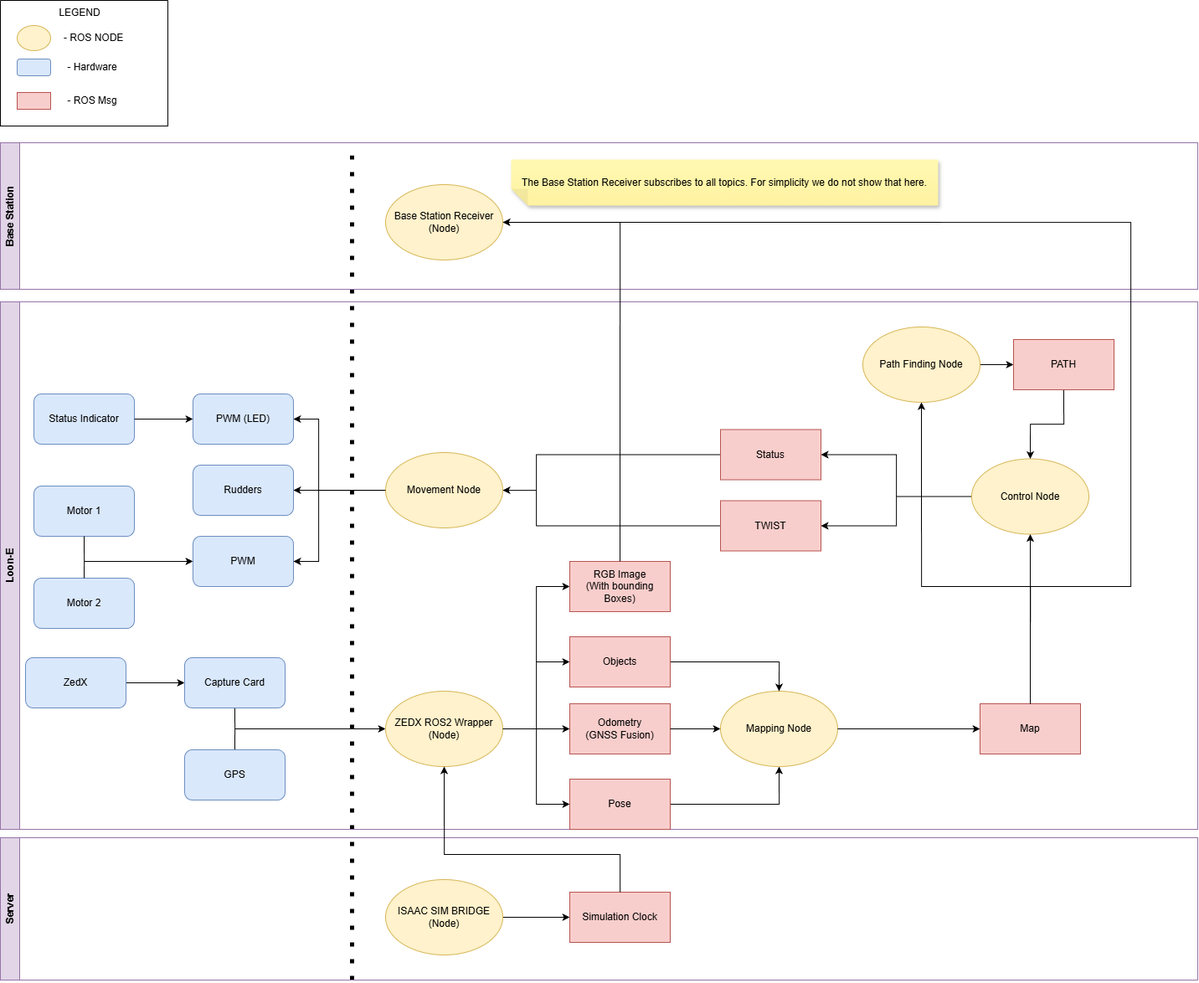
Above: images/software-architecture.png in TheFujirose/Loon-E-Guidebook (draw.io), before the change. Source tidied: cells renumbered, new cells last; positions are measured from the earlier drawing's top-left corner, leaving out a move shared by most shapes.
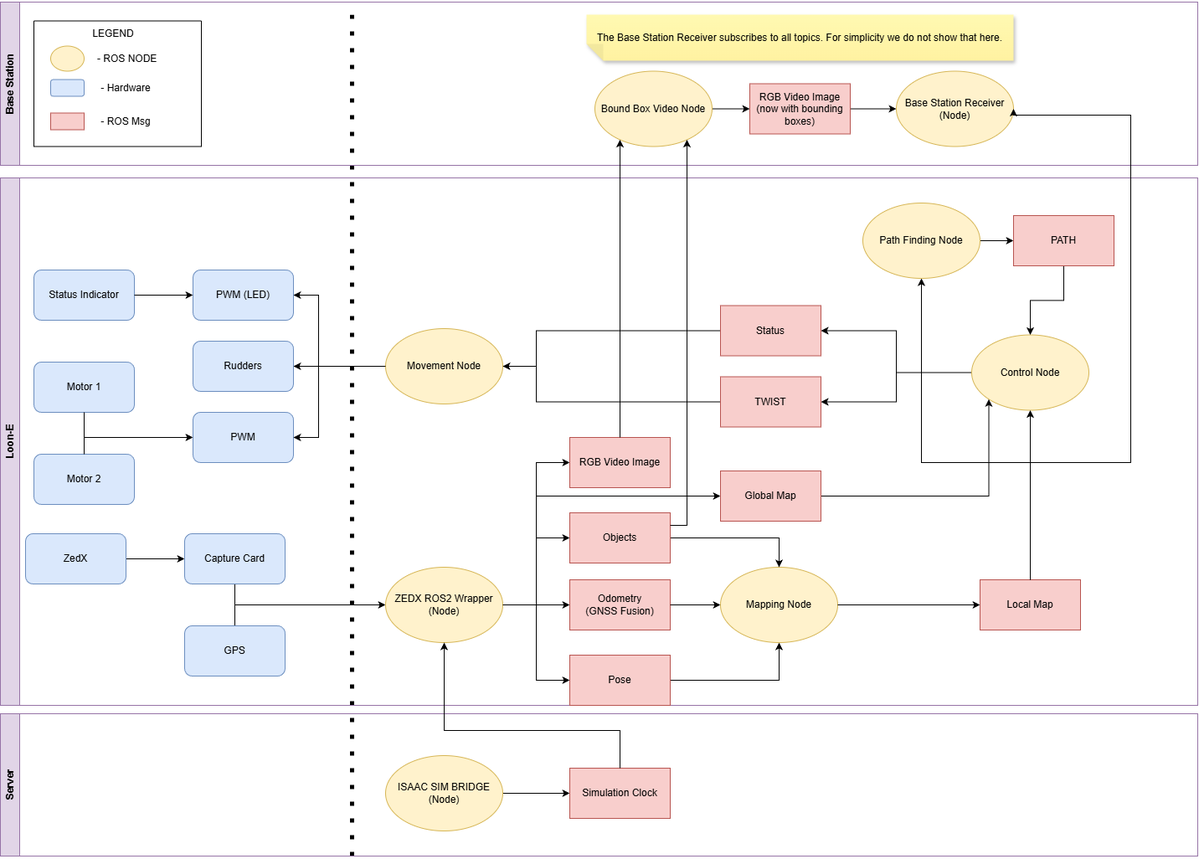
The same diagram one commit later.

What changed in the source:
```diff
@@ -5,7 +5,7 @@
     <mxCell id="2" style="endArrow=none;dashed=1;html=1;dashPattern=1 3;strokeWidth=5;rounded=0;" parent="1" edge="1">
       <mxGeometry relative="1" as="geometry">
         <mxPoint x="420" y="1170" as="sourcePoint" />
-        <mxPoint x="420" y="170" as="targetPoint" />
+        <mxPoint x="420" y="150" as="targetPoint" />
       </mxGeometry>
     </mxCell>
     <mxCell id="3" value="Loon-E" style="swimlane;horizontal=0;whiteSpace=wrap;html=1;fillColor=#e1d5e7;strokeColor=#9673a6;" parent="1" vertex="1">
@@ -106,6 +106,14 @@
     <mxCell id="28" style="edgeStyle=orthogonalEdgeStyle;rounded=0;jettySize=auto;html=1;exitX=1;exitY=0.5;exitDx=0;exitDy=0;entryX=0;entryY=0.5;entryDx=0;entryDy=0;" parent="3" edge="1" source="29" target="50">
       <mxGeometry relative="1" as="geometry" />
     </mxCell>
+    <mxCell id="69" style="edgeStyle=orthogonalEdgeStyle;rounded=0;jettySize=auto;html=1;" parent="3" edge="1" source="29" target="71">
+      <mxGeometry relative="1" as="geometry">
+        <Array as="points">
+          <mxPoint x="640" y="510" />
+          <mxPoint x="640" y="380" />
+        </Array>
+      </mxGeometry>
+    </mxCell>
     <mxCell id="29" value="ZEDX ROS2 Wrapper&lt;div&gt;(Node)&lt;/div&gt;" style="ellipse;whiteSpace=wrap;html=1;fillColor=#fff2cc;strokeColor=#d6b656;" parent="3" vertex="1">
       <mxGeometry x="460" y="465" width="140" height="90" as="geometry" />
     </mxCell>
@@ -117,7 +125,7 @@
         </Array>
       </mxGeometry>
     </mxCell>
-    <mxCell id="31" value="RGB Image&lt;br&gt;(With bounding Boxes)" style="rounded=0;whiteSpace=wrap;html=1;fillColor=#f8cecc;strokeColor=#b85450;" parent="3" vertex="1">
+    <mxCell id="31" value="RGB Video Image" style="rounded=0;whiteSpace=wrap;html=1;fillColor=#f8cecc;strokeColor=#b85450;" parent="3" vertex="1">
       <mxGeometry x="680" y="310" width="120" height="60" as="geometry" />
     </mxCell>
     <mxCell id="32" value="Odometry&lt;br&gt;(GNSS Fusion)" style="rounded=0;whiteSpace=wrap;html=1;fillColor=#f8cecc;strokeColor=#b85450;" parent="3" vertex="1">
@@ -140,7 +148,7 @@
         </Array>
       </mxGeometry>
     </mxCell>
-    <mxCell id="37" value="Map" style="rounded=0;whiteSpace=wrap;html=1;fillColor=#f8cecc;strokeColor=#b85450;" parent="3" vertex="1">
+    <mxCell id="37" value="Local Map" style="rounded=0;whiteSpace=wrap;html=1;fillColor=#f8cecc;strokeColor=#b85450;" parent="3" vertex="1">
       <mxGeometry x="1170" y="480" width="120" height="60" as="geometry" />
     </mxCell>
     <mxCell id="38" style="edgeStyle=orthogonalEdgeStyle;rounded=0;jettySize=auto;html=1;exitX=1;exitY=0.5;exitDx=0;exitDy=0;entryX=0;entryY=0.5;entryDx=0;entryDy=0;" parent="3" edge="1" source="29" target="32">
@@ -191,44 +199,29 @@
     <mxCell id="50" value="Objects" style="rounded=0;whiteSpace=wrap;html=1;fillColor=#f8cecc;strokeColor=#b85450;" parent="3" vertex="1">
       <mxGeometry x="680" y="400" width="120" height="60" as="geometry" />
     </mxCell>
+    <mxCell id="70" style="edgeStyle=orthogonalEdgeStyle;rounded=0;jettySize=auto;html=1;exitX=1;exitY=0.5;exitDx=0;exitDy=0;entryX=0;entryY=1;entryDx=0;entryDy=0;" parent="3" edge="1" source="71" target="12">
+      <mxGeometry relative="1" as="geometry" />
+    </mxCell>
+    <mxCell id="71" value="Global Map" style="rounded=0;whiteSpace=wrap;html=1;fillColor=#f8cecc;strokeColor=#b85450;" parent="3" vertex="1">
+      <mxGeometry x="860" y="350" width="120" height="60" as="geometry" />
+    </mxCell>
     <mxCell id="51" value="Base Station" style="swimlane;horizontal=0;whiteSpace=wrap;html=1;fillColor=#e1d5e7;strokeColor=#9673a6;" parent="1" vertex="1">
-      <mxGeometry y="170" width="1430" height="175" as="geometry" />
+      <mxGeometry y="150" width="1430" height="195" as="geometry" />
     </mxCell>
     <mxCell id="52" value="Base Station Receiver&lt;div&gt;(Node)&lt;/div&gt;" style="ellipse;whiteSpace=wrap;html=1;fillColor=#fff2cc;strokeColor=#d6b656;" parent="51" vertex="1">
-      <mxGeometry x="460" y="50" width="140" height="90" as="geometry" />
+      <mxGeometry x="1070" y="82.5" width="140" height="90" as="geometry" />
     </mxCell>
     <mxCell id="53" value="The Base Station Receiver subscribes to all topics. For simplicity we do not show that here." style="shape=note;whiteSpace=wrap;html=1;backgroundOutline=1;fontColor=#000000;darkOpacity=0.05;fillColor=#FFF9B2;strokeColor=none;fillStyle=solid;direction=west;gradientDirection=north;gradientColor=#FFF2A1;shadow=1;size=20;" parent="51" vertex="1">
-      <mxGeometry x="610" y="20" width="510" height="55" as="geometry" />
+      <mxGeometry x="700" y="15" width="510" height="55" as="geometry" />
     </mxCell>
-    <mxCell id="54" value="Server" style="swimlane;horizontal=0;whiteSpace=wrap;html=1;fillColor=#e1d5e7;strokeColor=#9673a6;" parent="1" vertex="1">
-      <mxGeometry y="1000" width="1430" height="170" as="geometry" />
-    </mxCell>
-    <mxCell id="55" style="edgeStyle=orthogonalEdgeStyle;rounded=0;jettySize=auto;html=1;exitX=1;exitY=0.5;exitDx=0;exitDy=0;" parent="54" edge="1" source="56" target="57">
-      <mxGeometry relative="1" as="geometry" />
-    </mxCell>
-    <mxCell id="56" value="ISAAC SIM BRIDGE&lt;br&gt;(Node)" style="ellipse;whiteSpace=wrap;html=1;fillColor=#fff2cc;strokeColor=#d6b656;" parent="54" vertex="1">
-      <mxGeometry x="460" y="50" width="140" height="90" as="geometry" />
-    </mxCell>
-    <mxCell id="57" value="Simulation Clock" style="rounded=0;whiteSpace=wrap;html=1;fillColor=#f8cecc;strokeColor=#b85450;" parent="54" vertex="1">
-      <mxGeometry x="680" y="65" width="120" height="60" as="geometry" />
-    </mxCell>
-    <mxCell id="58" style="edgeStyle=orthogonalEdgeStyle;rounded=0;jettySize=auto;html=1;exitX=0.5;exitY=0;exitDx=0;exitDy=0;" parent="1" edge="1" source="31" target="52">
-      <mxGeometry relative="1" as="geometry">
-        <Array as="points">
-          <mxPoint x="740" y="265" />
-        </Array>
-      </mxGeometry>
-    </mxCell>
-    <mxCell id="59" style="edgeStyle=orthogonalEdgeStyle;rounded=0;jettySize=auto;html=1;" parent="1" edge="1" source="57" target="29">
-      <mxGeometry relative="1" as="geometry">
-        <Array as="points">
-          <mxPoint x="740" y="1020" />
-          <mxPoint x="530" y="1020" />
-        </Array>
-      </mxGeometry>
-    </mxCell>
+    <mxCell id="72" style="edgeStyle=orthogonalEdgeStyle;rounded=0;jettySize=auto;html=1;exitX=1;exitY=0.5;exitDx=0;exitDy=0;" parent="51" edge="1" source="73" target="75">
+      <mxGeometry relative="1" as="geometry" />
+    </mxCell>
+    <mxCell id="73" value="Bound Box Video Node" style="ellipse;whiteSpace=wrap;html=1;fillColor=#fff2cc;strokeColor=#d6b656;" parent="51" vertex="1">
+      <mxGeometry x="710" y="82.5" width="140" height="90" as="geometry" />
+    </mxCell>
-    <mxCell id="60" style="swimlane;startSize=0;" parent="1" vertex="1">
-      <mxGeometry width="200" height="150" as="geometry" />
+    <mxCell id="60" style="swimlane;startSize=0;" parent="51" vertex="1">
+      <mxGeometry x="40" y="22.5" width="200" height="150" as="geometry" />
     </mxCell>
     <mxCell id="61" style="ellipse;whiteSpace=wrap;html=1;fillColor=#fff2cc;strokeColor=#d6b656;" parent="60" vertex="1">
       <mxGeometry x="20" y="30" width="40" height="30" as="geometry" />
@@ -251,14 +244,55 @@
     <mxCell id="67" value="LEGEND" style="text;html=1;whiteSpace=wrap;strokeColor=none;fillColor=none;align=center;verticalAlign=middle;rounded=0;" parent="60" vertex="1">
       <mxGeometry x="60" width="70" height="30" as="geometry" />
     </mxCell>
+    <mxCell id="74" style="edgeStyle=orthogonalEdgeStyle;rounded=0;jettySize=auto;html=1;exitX=1;exitY=0.5;exitDx=0;exitDy=0;" parent="51" edge="1" source="75" target="52">
+      <mxGeometry relative="1" as="geometry" />
+    </mxCell>
+    <mxCell id="75" value="RGB Video Image&lt;br&gt;(now with bounding boxes)" style="rounded=0;whiteSpace=wrap;html=1;fillColor=#f8cecc;strokeColor=#b85450;" parent="51" vertex="1">
+      <mxGeometry x="895" y="97.5" width="120" height="60" as="geometry" />
+    </mxCell>
+    <mxCell id="54" value="Server" style="swimlane;horizontal=0;whiteSpace=wrap;html=1;fillColor=#e1d5e7;strokeColor=#9673a6;" parent="1" vertex="1">
+      <mxGeometry y="1000" width="1430" height="170" as="geometry" />
+    </mxCell>
+    <mxCell id="55" style="edgeStyle=orthogonalEdgeStyle;rounded=0;jettySize=auto;html=1;exitX=1;exitY=0.5;exitDx=0;exitDy=0;" parent="54" edge="1" source="56" target="57">
+      <mxGeometry relative="1" as="geometry" />
+    </mxCell>
+    <mxCell id="56" value="ISAAC SIM BRIDGE&lt;br&gt;(Node)" style="ellipse;whiteSpace=wrap;html=1;fillColor=#fff2cc;strokeColor=#d6b656;" parent="54" vertex="1">
+      <mxGeometry x="460" y="50" width="140" height="90" as="geometry" />
+    </mxCell>
+    <mxCell id="57" value="Simulation Clock" style="rounded=0;whiteSpace=wrap;html=1;fillColor=#f8cecc;strokeColor=#b85450;" parent="54" vertex="1">
+      <mxGeometry x="680" y="65" width="120" height="60" as="geometry" />
+    </mxCell>
+    <mxCell id="58" style="edgeStyle=orthogonalEdgeStyle;rounded=0;jettySize=auto;html=1;exitX=0.5;exitY=0;exitDx=0;exitDy=0;" parent="1" edge="1" source="31" target="73">
+      <mxGeometry relative="1" as="geometry">
+        <Array as="points">
+          <mxPoint x="740" y="265" />
+          <mxPoint x="720" y="265" />
+        </Array>
+      </mxGeometry>
+    </mxCell>
+    <mxCell id="59" style="edgeStyle=orthogonalEdgeStyle;rounded=0;jettySize=auto;html=1;" parent="1" edge="1" source="57" target="29">
+      <mxGeometry relative="1" as="geometry">
+        <Array as="points">
+          <mxPoint x="740" y="1020" />
+          <mxPoint x="530" y="1020" />
+        </Array>
+      </mxGeometry>
+    </mxCell>
     <mxCell id="68" style="edgeStyle=orthogonalEdgeStyle;rounded=0;jettySize=auto;html=1;exitX=0.5;exitY=0;exitDx=0;exitDy=0;entryX=1;entryY=0.5;entryDx=0;entryDy=0;" parent="1" edge="1" source="37" target="52">
       <mxGeometry relative="1" as="geometry">
         <Array as="points">
           <mxPoint x="1230" y="700" />
           <mxPoint x="1350" y="700" />
-          <mxPoint x="1350" y="265" />
+          <mxPoint x="1350" y="285" />
         </Array>
       </mxGeometry>
     </mxCell>
+    <mxCell id="76" style="edgeStyle=orthogonalEdgeStyle;rounded=0;jettySize=auto;html=1;exitX=1;exitY=0.25;exitDx=0;exitDy=0;" parent="1" edge="1" source="50" target="73">
+      <mxGeometry relative="1" as="geometry">
+        <Array as="points">
+          <mxPoint x="820" y="775" />
+        </Array>
+      </mxGeometry>
+    </mxCell>
   </root>
 </mxGraphModel>
```
